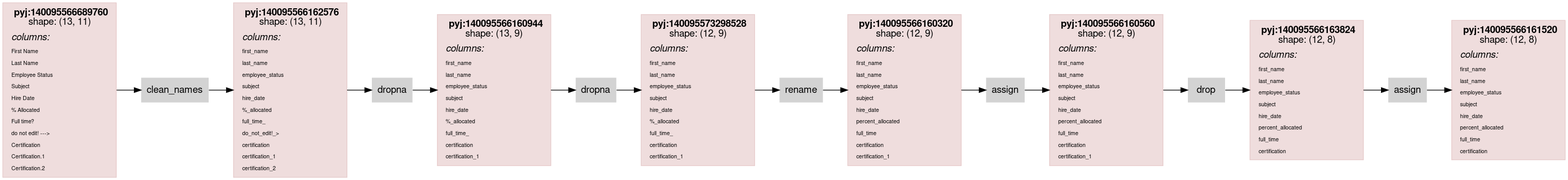
Earlier version of the Graphviz export scripts/rdflog/dirty-clean.ttl.dot.png (asmirnov69/pyjviz-poc). Its source is kept beside it as scripts/rdflog/dirty-clean.ttl.dot.
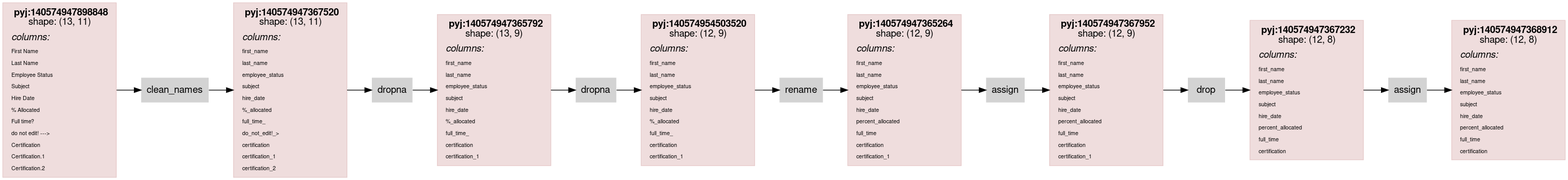
The same file after the commit.

The edit, as a diff of the source:
```diff
@@ -14,7 +14,7 @@
                 color="#88000022"
                 shape = rect
                 label = <<table border="0" cellborder="0" cellspacing="0" cellpadding="4">
-                         <tr> <td> <b>pyj:140095566689760</b><br/>shape: (13, 11)</td> </tr>
+                         <tr> <td> <b>pyj:140574947898848</b><br/>shape: (13, 11)</td> </tr>
                          <tr> <td align="left"><i>columns:</i><br align="left"/></td></tr>
                 <tr><td align="left"><FONT POINT-SIZE="8px">First Name</FONT></td></tr>
 <tr><td align="left"><FONT POINT-SIZE="8px">Last Name</FONT></td></tr>
@@ -33,7 +33,7 @@
                 color="#88000022"
                 shape = rect
                 label = <<table border="0" cellborder="0" cellspacing="0" cellpadding="4">
-                         <tr> <td> <b>pyj:140095566162576</b><br/>shape: (13, 11)</td> </tr>
+                         <tr> <td> <b>pyj:140574947367520</b><br/>shape: (13, 11)</td> </tr>
                          <tr> <td align="left"><i>columns:</i><br align="left"/></td></tr>
                 <tr><td align="left"><FONT POINT-SIZE="8px">first_name</FONT></td></tr>
 <tr><td align="left"><FONT POINT-SIZE="8px">last_name</FONT></td></tr>
@@ -52,7 +52,7 @@
                 color="#88000022"
                 shape = rect
                 label = <<table border="0" cellborder="0" cellspacing="0" cellpadding="4">
-                         <tr> <td> <b>pyj:140095566160944</b><br/>shape: (13, 9)</td> </tr>
+                         <tr> <td> <b>pyj:140574947365792</b><br/>shape: (13, 9)</td> </tr>
                          <tr> <td align="left"><i>columns:</i><br align="left"/></td></tr>
                 <tr><td align="left"><FONT POINT-SIZE="8px">first_name</FONT></td></tr>
 <tr><td align="left"><FONT POINT-SIZE="8px">last_name</FONT></td></tr>
@@ -69,7 +69,7 @@
                 color="#88000022"
                 shape = rect
                 label = <<table border="0" cellborder="0" cellspacing="0" cellpadding="4">
-                         <tr> <td> <b>pyj:140095573298528</b><br/>shape: (12, 9)</td> </tr>
+                         <tr> <td> <b>pyj:140574954503520</b><br/>shape: (12, 9)</td> </tr>
                          <tr> <td align="left"><i>columns:</i><br align="left"/></td></tr>
                 <tr><td align="left"><FONT POINT-SIZE="8px">first_name</FONT></td></tr>
 <tr><td align="left"><FONT POINT-SIZE="8px">last_name</FONT></td></tr>
@@ -86,7 +86,7 @@
                 color="#88000022"
                 shape = rect
                 label = <<table border="0" cellborder="0" cellspacing="0" cellpadding="4">
-                         <tr> <td> <b>pyj:140095566160320</b><br/>shape: (12, 9)</td> </tr>
+                         <tr> <td> <b>pyj:140574947365264</b><br/>shape: (12, 9)</td> </tr>
                          <tr> <td align="left"><i>columns:</i><br align="left"/></td></tr>
                 <tr><td align="left"><FONT POINT-SIZE="8px">first_name</FONT></td></tr>
 <tr><td align="left"><FONT POINT-SIZE="8px">last_name</FONT></td></tr>
@@ -103,7 +103,7 @@
                 color="#88000022"
                 shape = rect
                 label = <<table border="0" cellborder="0" cellspacing="0" cellpadding="4">
-                         <tr> <td> <b>pyj:140095566160560</b><br/>shape: (12, 9)</td> </tr>
+                         <tr> <td> <b>pyj:140574947367952</b><br/>shape: (12, 9)</td> </tr>
                          <tr> <td align="left"><i>columns:</i><br align="left"/></td></tr>
                 <tr><td align="left"><FONT POINT-SIZE="8px">first_name</FONT></td></tr>
 <tr><td align="left"><FONT POINT-SIZE="8px">last_name</FONT></td></tr>
@@ -120,7 +120,7 @@
                 color="#88000022"
                 shape = rect
                 label = <<table border="0" cellborder="0" cellspacing="0" cellpadding="4">
-                         <tr> <td> <b>pyj:140095566163824</b><br/>shape: (12, 8)</td> </tr>
+                         <tr> <td> <b>pyj:140574947367232</b><br/>shape: (12, 8)</td> </tr>
                          <tr> <td align="left"><i>columns:</i><br align="left"/></td></tr>
                 <tr><td align="left"><FONT POINT-SIZE="8px">first_name</FONT></td></tr>
 <tr><td align="left"><FONT POINT-SIZE="8px">last_name</FONT></td></tr>
@@ -136,7 +136,7 @@
                 color="#88000022"
                 shape = rect
                 label = <<table border="0" cellborder="0" cellspacing="0" cellpadding="4">
-                         <tr> <td> <b>pyj:140095566161520</b><br/>shape: (12, 8)</td> </tr>
+                         <tr> <td> <b>pyj:140574947368912</b><br/>shape: (12, 8)</td> </tr>
                          <tr> <td align="left"><i>columns:</i><br align="left"/></td></tr>
                 <tr><td align="left"><FONT POINT-SIZE="8px">first_name</FONT></td></tr>
 <tr><td align="left"><FONT POINT-SIZE="8px">last_name</FONT></td></tr>
```
